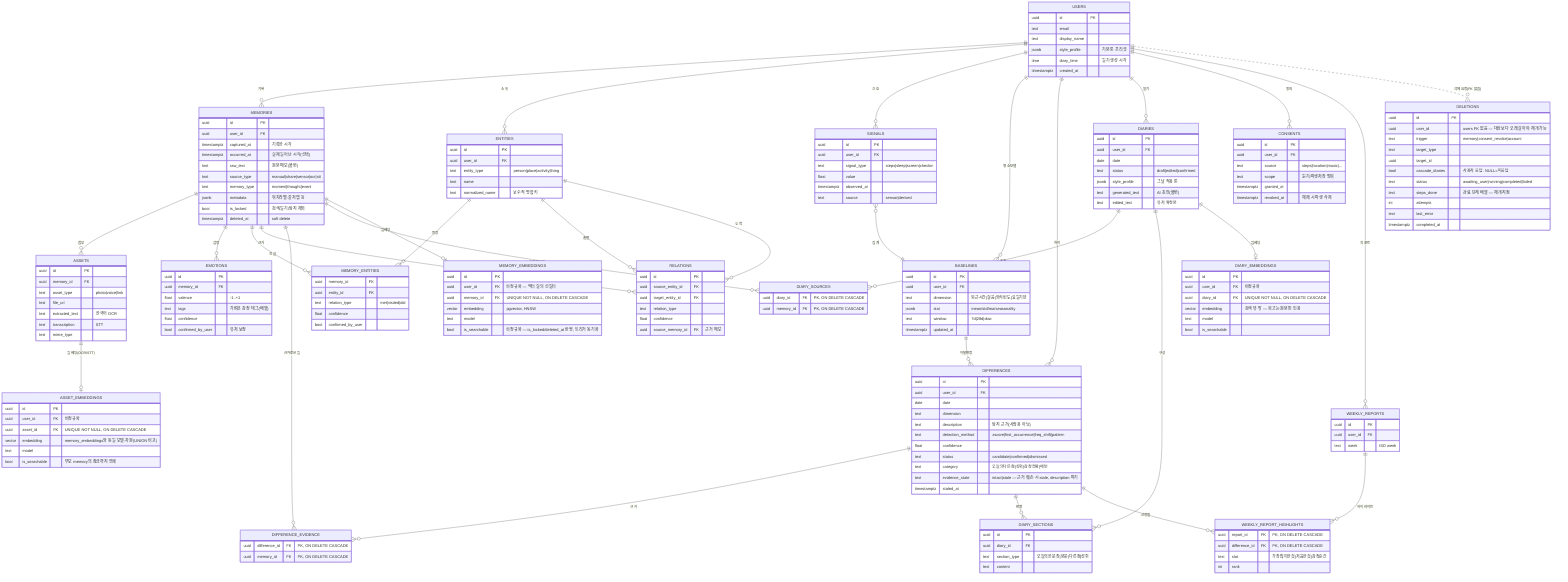
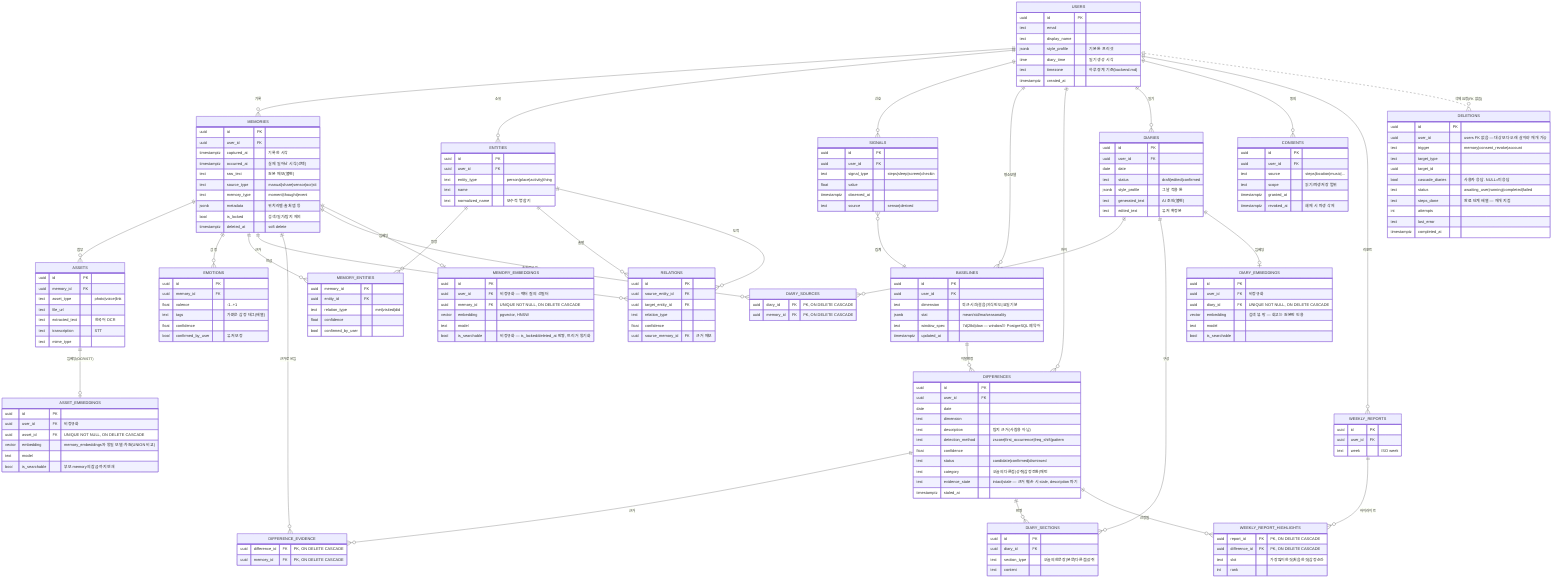
%% 실은 — 상세 ERD (기획서 섹션 10 기반)
%% 원본(memories/assets) ↔ AI 생성물(differences/diaries) 분리로 근거 추적 가능
%% ADR-0002 반영: 근거 조인 테이블 · 타입별 임베딩 · deletion ledger
erDiagram
    USERS ||--o{ MEMORIES : "기록"
    USERS ||--o{ ENTITIES : "소유"
    USERS ||--o{ SIGNALS : "신호"
    USERS ||--o{ BASELINES : "평소모델"
    USERS ||--o{ DIFFERENCES : "차이"
    USERS ||--o{ DIARIES : "일기"
    USERS ||--o{ CONSENTS : "동의"
    USERS ||--o{ WEEKLY_REPORTS : "리포트"
    USERS ||..o{ DELETIONS : "삭제요청(FK 없음)"

    MEMORIES ||--o{ ASSETS : "첨부"
    MEMORIES ||--o{ EMOTIONS : "감정"
    MEMORIES ||--o{ MEMORY_ENTITIES : "언급"
    ENTITIES ||--o{ MEMORY_ENTITIES : "등장"
    ENTITIES ||--o{ RELATIONS : "출발"
    ENTITIES ||--o{ RELATIONS : "도착"
    MEMORIES ||--o{ RELATIONS : "근거"

    SIGNALS }o--|| BASELINES : "집계"
    BASELINES ||--o{ DIFFERENCES : "이탈판정"

    %% ADR-0002 ①② 근거·출처는 배열이 아니라 조인 테이블 (다대다·삭제 역추적)
    DIFFERENCES ||--o{ DIFFERENCE_EVIDENCE : "근거"
    MEMORIES ||--o{ DIFFERENCE_EVIDENCE : "근거로쓰임"
    DIARIES ||--o{ DIARY_SOURCES : "출처"
    MEMORIES ||--o{ DIARY_SOURCES : "출처로쓰임"

    DIARIES ||--o{ DIARY_SECTIONS : "구성"
    DIFFERENCES ||--o{ DIARY_SECTIONS : "반영"

    %% ADR-0002 ③ 폴리모픽 대신 타입별 분리 (FK CASCADE로 고아 벡터 차단)
    MEMORIES ||--o| MEMORY_EMBEDDINGS : "임베딩"
    ASSETS ||--o| ASSET_EMBEDDINGS : "임베딩(OCR/STT)"
    DIARIES ||--o| DIARY_EMBEDDINGS : "임베딩"

    %% ADR-0002 highlights 스냅샷 대신 참조 (삭제 방어선 안으로)
    WEEKLY_REPORTS ||--o{ WEEKLY_REPORT_HIGHLIGHTS : "하이라이트"
    DIFFERENCES ||--o{ WEEKLY_REPORT_HIGHLIGHTS : "선정됨"

    USERS {
        uuid id PK
        text email
        text display_name
        jsonb style_profile "기본 톤 프리셋"
        time diary_time "일기 생성 시각"
+         text timezone "하루 경계 기준(backend.md)"
        timestamptz created_at
    }

    MEMORIES {
        uuid id PK
        uuid user_id FK
        timestamptz captured_at "기록한 시각"
        timestamptz occurred_at "실제 일어난 시각(선택)"
        text raw_text "원본 메모(불변)"
        text source_type "manual|share|sensor|ocr|stt"
        text memory_type "moment|thought|event"
        jsonb metadata "위치라벨·출처앱 등"
        bool is_locked "검색/일기/탐지 제외"
        timestamptz deleted_at "soft delete"
    }

    ASSETS {
        uuid id PK
        uuid memory_id FK
        text asset_type "photo|voice|link"
        text file_url
        text extracted_text "한국어 OCR"
        text transcription "STT"
        text mime_type
    }

    EMOTIONS {
        uuid id PK
        uuid memory_id FK
        float valence "-1..+1"
        text tags "가벼운 감정 태그(배열)"
        float confidence
        bool confirmed_by_user "유저 보정"
    }

    ENTITIES {
        uuid id PK
        uuid user_id FK
        text entity_type "person|place|activity|thing"
        text name
        text normalized_name "보수적 병합 키"
    }

    MEMORY_ENTITIES {
        uuid memory_id FK
        uuid entity_id FK
        text relation_type "met|visited|did"
        float confidence
        bool confirmed_by_user
    }

    RELATIONS {
        uuid id PK
        uuid source_entity_id FK
        uuid target_entity_id FK
        text relation_type
        float confidence
        uuid source_memory_id FK "근거 메모"
    }

    SIGNALS {
        uuid id PK
        uuid user_id FK
        text signal_type "steps|sleep|screen|checkin"
        float value
        timestamptz observed_at
        text source "sensor|derived"
    }

    BASELINES {
        uuid id PK
        uuid user_id FK
        text dimension "퇴근시간|걸음|외식빈도|요일기분"
        jsonb stat "mean/std/ma/seasonality"
-         text window "7d|28d|dow"
+         text window_spec "7d|28d|dow — window는 PostgreSQL 예약어"
        timestamptz updated_at
    }

    DIFFERENCES {
        uuid id PK
        uuid user_id FK
        date date
        text dimension
        text description "탐지 근거(사람용 아님)"
        text detection_method "zscore|first_occurrence|freq_shift|pattern"
        float confidence
        text status "candidate|confirmed|dismissed"
        text category "오늘의다른점|성취|감정전환|패턴"
        text evidence_state "intact|stale — 근거 훼손 시 stale, description 파기"
        timestamptz staled_at
    }

    DIFFERENCE_EVIDENCE {
        uuid difference_id FK "PK, ON DELETE CASCADE"
        uuid memory_id FK "PK, ON DELETE CASCADE"
    }

    DIARIES {
        uuid id PK
        uuid user_id FK
        date date
        text status "draft|edited|confirmed"
        jsonb style_profile "그날 적용 톤"
        text generated_text "AI 초안(불변)"
        text edited_text "유저 확정본"
    }

    DIARY_SOURCES {
        uuid diary_id FK "PK, ON DELETE CASCADE"
        uuid memory_id FK "PK, ON DELETE CASCADE"
    }

    DIARY_SECTIONS {
        uuid id PK
        uuid diary_id FK
        text section_type "오늘의한문장|본문|다른점|성취"
        text content
    }

    MEMORY_EMBEDDINGS {
        uuid id PK
        uuid user_id FK "비정규화 — 벡터 질의 선필터"
        uuid memory_id FK "UNIQUE NOT NULL, ON DELETE CASCADE"
        vector embedding "pgvector, HNSW"
        text model
        bool is_searchable "비정규화 — is_locked/deleted_at 반영, 트리거 동기화"
    }

    ASSET_EMBEDDINGS {
        uuid id PK
        uuid user_id FK "비정규화"
        uuid asset_id FK "UNIQUE NOT NULL, ON DELETE CASCADE"
        vector embedding "memory_embeddings와 동일 모델·차원(UNION 비교)"
        text model
        bool is_searchable "부모 memory의 잠금까지 연쇄"
    }

    DIARY_EMBEDDINGS {
        uuid id PK
        uuid user_id FK "비정규화"
        uuid diary_id FK "UNIQUE NOT NULL, ON DELETE CASCADE"
        vector embedding "검색 뷰 밖 — 회고는 원본만 인용"
        text model
        bool is_searchable
    }

    CONSENTS {
        uuid id PK
        uuid user_id FK
        text source "steps|location|music|..."
        text scope "읽기/파생저장 범위"
        timestamptz granted_at
        timestamptz revoked_at "해제 시 파생 삭제"
    }

    WEEKLY_REPORTS {
        uuid id PK
        uuid user_id FK
        text week "ISO week"
    }

    WEEKLY_REPORT_HIGHLIGHTS {
        uuid report_id FK "PK, ON DELETE CASCADE"
        uuid difference_id FK "PK, ON DELETE CASCADE"
        text slot "가장많이한것|처음한것|감정순간"
        int rank
    }

    DELETIONS {
        uuid id PK
        uuid user_id "users FK 없음 — 대상보다 오래 살아야 재개 가능"
        text trigger "memory|consent_revoke|account"
        text target_type
        uuid target_id
        bool cascade_diaries "사용자 응답. NULL=미응답"
        text status "awaiting_user|running|completed|failed"
        text steps_done "완료 단계 배열 — 재개 지점"
        int attempts
        text last_error
        timestamptz completed_at
    }
